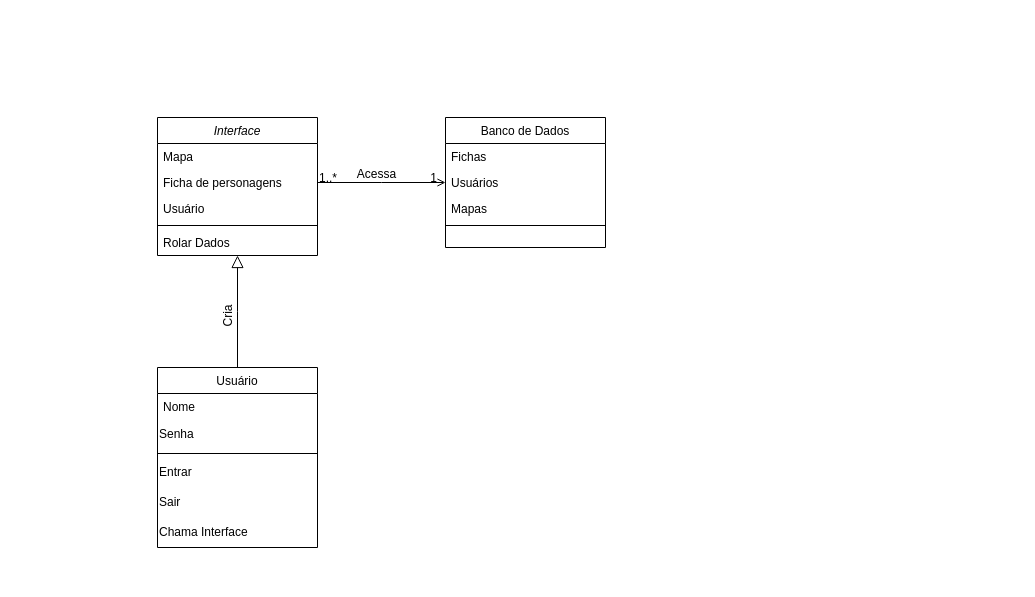
azielmelo/ArsMagicaInterface keeps this draw.io diagram as Diagrama sem nome.drawio. Above is the earlier version. Source tidied: cells renumbered, new cells numbered last; positions are measured from the earlier drawing's top-left corner, leaving out a move shared by most shapes. Both pictures are drawn from the tidied source at 100%, with x=0, y=0 at pixel (157, 117).
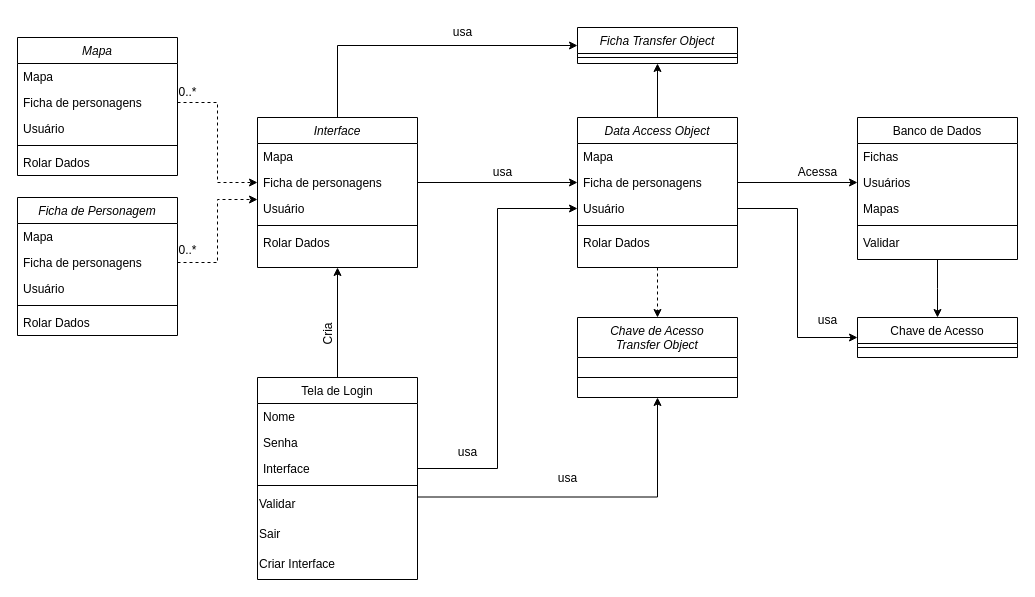
The same diagram, later.

Unchanged cells that the change refers to:
```xml
<mxCell id="4" value="Ficha de personagens" style="text;align=left;verticalAlign=top;spacingLeft=4;spacingRight=4;overflow=hidden;points=[[0,0.5],[1,0.5]];portConstraint=eastwest;rounded=0;shadow=0;html=0;" parent="2" vertex="1">
  <mxGeometry y="52" width="160" height="26" as="geometry" />
</mxCell>
<mxCell id="5" value="Usuário" style="text;align=left;verticalAlign=top;spacingLeft=4;spacingRight=4;overflow=hidden;points=[[0,0.5],[1,0.5]];portConstraint=eastwest;rounded=0;shadow=0;html=0;" parent="2" vertex="1">
  <mxGeometry y="78" width="160" height="26" as="geometry" />
</mxCell>
<mxCell id="18" value="Usuários" style="text;align=left;verticalAlign=top;spacingLeft=4;spacingRight=4;overflow=hidden;points=[[0,0.5],[1,0.5]];portConstraint=eastwest;rounded=0;shadow=0;html=0;" parent="16" vertex="1">
  <mxGeometry y="52" width="160" height="26" as="geometry" />
</mxCell>
```

The edit, as a diff of the source:
```diff
@@
+    <mxCell id="26" style="edgeStyle=orthogonalEdgeStyle;rounded=0;jettySize=auto;html=1;exitX=0.5;exitY=0;exitDx=0;exitDy=0;entryX=0;entryY=0.5;entryDx=0;entryDy=0;" parent="1" edge="1" source="2" target="57">
+      <mxGeometry relative="1" as="geometry" />
+    </mxCell>
     <mxCell id="2" value="Interface" style="swimlane;fontStyle=2;align=center;verticalAlign=top;horizontal=1;startSize=26;rounded=0;shadow=0;strokeWidth=1;" parent="1" vertex="1">
-      <mxGeometry width="160" height="138" as="geometry" />
+      <mxGeometry x="100" width="160" height="150" as="geometry" />
     </mxCell>
@@
+    <mxCell id="27" style="edgeStyle=orthogonalEdgeStyle;rounded=0;jettySize=auto;html=1;exitX=0.5;exitY=0;exitDx=0;exitDy=0;" parent="1" edge="1" source="8">
+      <mxGeometry relative="1" as="geometry">
+        <mxPoint x="180" y="150" as="targetPoint" />
+      </mxGeometry>
+    </mxCell>
-    <mxCell id="8" value="Usuário" style="swimlane;fontStyle=0;align=center;verticalAlign=top;horizontal=1;startSize=26;rounded=0;shadow=0;strokeWidth=1;" parent="1" vertex="1">
-      <mxGeometry y="250" width="160" height="180" as="geometry" />
+    <mxCell id="8" value="Tela de Login" style="swimlane;fontStyle=0;align=center;verticalAlign=top;horizontal=1;startSize=26;rounded=0;shadow=0;strokeWidth=1;" parent="1" vertex="1">
+      <mxGeometry x="100" y="260" width="160" height="202" as="geometry" />
     </mxCell>
@@
-    <mxCell id="10" value="Senha" style="text;strokeColor=none;align=left;fillColor=none;html=1;verticalAlign=middle;whiteSpace=wrap;rounded=0;" parent="8" vertex="1">
-      <mxGeometry y="52" width="160" height="30" as="geometry" />
+    <mxCell id="10" value="Senha" style="text;align=left;verticalAlign=top;spacingLeft=4;spacingRight=4;overflow=hidden;" parent="8" vertex="1">
+      <mxGeometry y="52" width="160" height="26" as="geometry" />
     </mxCell>
+    <mxCell id="28" value="Interface" style="text;align=left;verticalAlign=top;spacingLeft=4;spacingRight=4;overflow=hidden;points=[[0,0.5],[1,0.5]];portConstraint=eastwest;" parent="8" vertex="1">
+      <mxGeometry y="78" width="160" height="26" as="geometry" />
+    </mxCell>
     <mxCell id="11" style="line;html=1;strokeWidth=1;align=left;verticalAlign=middle;spacingTop=-1;spacingLeft=3;spacingRight=3;labelPosition=right;" parent="8" vertex="1">
-      <mxGeometry y="82" width="160" height="8" as="geometry" />
+      <mxGeometry y="104" width="160" height="8" as="geometry" />
     </mxCell>
-    <mxCell id="12" value="Entrar" style="text;strokeColor=none;align=left;fillColor=none;html=1;verticalAlign=middle;whiteSpace=wrap;rounded=0;" parent="8" vertex="1">
-      <mxGeometry y="90" width="160" height="30" as="geometry" />
+    <mxCell id="12" value="Validar" style="text;strokeColor=none;align=left;fillColor=none;html=1;verticalAlign=middle;whiteSpace=wrap;rounded=0;" parent="8" vertex="1">
+      <mxGeometry y="112" width="160" height="30" as="geometry" />
     </mxCell>
     <mxCell id="13" value="Sair" style="text;strokeColor=none;align=left;fillColor=none;html=1;verticalAlign=middle;whiteSpace=wrap;rounded=0;" parent="8" vertex="1">
-      <mxGeometry y="120" width="160" height="30" as="geometry" />
+      <mxGeometry y="142" width="160" height="30" as="geometry" />
     </mxCell>
-    <mxCell id="14" value="Chama Interface" style="text;strokeColor=none;align=left;fillColor=none;html=1;verticalAlign=middle;whiteSpace=wrap;rounded=0;" parent="8" vertex="1">
-      <mxGeometry y="150" width="160" height="30" as="geometry" />
+    <mxCell id="14" value="Criar Interface" style="text;strokeColor=none;align=left;fillColor=none;html=1;verticalAlign=middle;whiteSpace=wrap;rounded=0;" parent="8" vertex="1">
+      <mxGeometry y="172" width="160" height="30" as="geometry" />
     </mxCell>
-    <mxCell id="15" style="endArrow=block;endSize=10;endFill=0;shadow=0;strokeWidth=1;rounded=0;edgeStyle=elbowEdgeStyle;elbow=vertical;" parent="1" edge="1" source="8" target="2">
-      <mxGeometry relative="1" as="geometry" />
-    </mxCell>
+    <mxCell id="29" style="edgeStyle=orthogonalEdgeStyle;rounded=0;jettySize=auto;html=1;exitX=0.5;exitY=1;exitDx=0;exitDy=0;" parent="1" edge="1" source="16">
+      <mxGeometry relative="1" as="geometry">
+        <mxPoint x="780" y="200" as="targetPoint" />
+      </mxGeometry>
+    </mxCell>
     <mxCell id="16" value="Banco de Dados" style="swimlane;fontStyle=0;align=center;verticalAlign=top;horizontal=1;startSize=26;rounded=0;shadow=0;strokeWidth=1;" parent="1" vertex="1">
-      <mxGeometry x="288" width="160" height="130" as="geometry" />
+      <mxGeometry x="700" width="160" height="142" as="geometry" />
     </mxCell>
@@
-    <mxCell id="21" style="endArrow=open;shadow=0;strokeWidth=1;rounded=0;endFill=1;edgeStyle=elbowEdgeStyle;elbow=vertical;" parent="1" edge="1" source="2" target="16">
-      <mxGeometry x="0.5" y="41" relative="1" as="geometry">
-        <mxPoint x="-40" y="32" as="offset" />
-      </mxGeometry>
-    </mxCell>
-    <mxCell id="22" value="1..*" style="align=left;verticalAlign=bottom;labelBackgroundColor=none;fontSize=12;" parent="21" vertex="1">
-      <mxGeometry x="-1" relative="1" as="geometry">
-        <mxPoint y="4" as="offset" />
-      </mxGeometry>
-    </mxCell>
-    <mxCell id="23" value="1" style="align=right;verticalAlign=bottom;labelBackgroundColor=none;fontSize=12;" parent="21" vertex="1">
-      <mxGeometry x="1" relative="1" as="geometry">
-        <mxPoint x="-7" y="4" as="offset" />
-      </mxGeometry>
-    </mxCell>
+    <mxCell id="30" value="Validar" style="text;align=left;verticalAlign=top;spacingLeft=4;spacingRight=4;overflow=hidden;rounded=0;shadow=0;html=0;" parent="16" vertex="1">
+      <mxGeometry y="112" width="160" height="26" as="geometry" />
+    </mxCell>
+    <mxCell id="25" value="Cria" style="text;html=1;align=center;verticalAlign=middle;labelBackgroundColor=none;rounded=0;shadow=0;strokeWidth=1;fontSize=12;rotation=-90;" parent="1" vertex="1">
+      <mxGeometry x="194" y="230" as="geometry">
+        <mxPoint x="12" y="-24" as="offset" />
+      </mxGeometry>
+    </mxCell>
+    <mxCell id="31" value="Mapa" style="swimlane;fontStyle=2;align=center;verticalAlign=top;horizontal=1;startSize=26;rounded=0;shadow=0;strokeWidth=1;" parent="1" vertex="1">
+      <mxGeometry x="-140" y="-80" width="160" height="138" as="geometry" />
+    </mxCell>
+    <mxCell id="32" value="Mapa" style="text;align=left;verticalAlign=top;spacingLeft=4;spacingRight=4;overflow=hidden;" parent="31" vertex="1">
+      <mxGeometry y="26" width="160" height="26" as="geometry" />
+    </mxCell>
+    <mxCell id="33" value="Ficha de personagens" style="text;align=left;verticalAlign=top;spacingLeft=4;spacingRight=4;overflow=hidden;points=[[0,0.5],[1,0.5]];portConstraint=eastwest;rounded=0;shadow=0;html=0;" parent="31" vertex="1">
+      <mxGeometry y="52" width="160" height="26" as="geometry" />
+    </mxCell>
+    <mxCell id="34" value="Usuário" style="text;align=left;verticalAlign=top;spacingLeft=4;spacingRight=4;overflow=hidden;rounded=0;shadow=0;html=0;" parent="31" vertex="1">
+      <mxGeometry y="78" width="160" height="26" as="geometry" />
+    </mxCell>
+    <mxCell id="35" style="line;html=1;strokeWidth=1;align=left;verticalAlign=middle;spacingTop=-1;spacingLeft=3;spacingRight=3;labelPosition=right;" parent="31" vertex="1">
+      <mxGeometry y="104" width="160" height="8" as="geometry" />
+    </mxCell>
+    <mxCell id="36" value="Rolar Dados" style="text;align=left;verticalAlign=top;spacingLeft=4;spacingRight=4;overflow=hidden;" parent="31" vertex="1">
+      <mxGeometry y="112" width="160" height="26" as="geometry" />
+    </mxCell>
+    <mxCell id="37" value="Ficha de Personagem" style="swimlane;fontStyle=2;align=center;verticalAlign=top;horizontal=1;startSize=26;rounded=0;shadow=0;strokeWidth=1;" parent="1" vertex="1">
+      <mxGeometry x="-140" y="80" width="160" height="138" as="geometry" />
+    </mxCell>
+    <mxCell id="38" value="Mapa" style="text;align=left;verticalAlign=top;spacingLeft=4;spacingRight=4;overflow=hidden;" parent="37" vertex="1">
+      <mxGeometry y="26" width="160" height="26" as="geometry" />
+    </mxCell>
+    <mxCell id="39" value="Ficha de personagens" style="text;align=left;verticalAlign=top;spacingLeft=4;spacingRight=4;overflow=hidden;points=[[0,0.5],[1,0.5]];portConstraint=eastwest;rounded=0;shadow=0;html=0;" parent="37" vertex="1">
+      <mxGeometry y="52" width="160" height="26" as="geometry" />
+    </mxCell>
+    <mxCell id="40" value="Usuário" style="text;align=left;verticalAlign=top;spacingLeft=4;spacingRight=4;overflow=hidden;rounded=0;shadow=0;html=0;" parent="37" vertex="1">
+      <mxGeometry y="78" width="160" height="26" as="geometry" />
+    </mxCell>
+    <mxCell id="41" style="line;html=1;strokeWidth=1;align=left;verticalAlign=middle;spacingTop=-1;spacingLeft=3;spacingRight=3;labelPosition=right;" parent="37" vertex="1">
+      <mxGeometry y="104" width="160" height="8" as="geometry" />
+    </mxCell>
+    <mxCell id="42" value="Rolar Dados" style="text;align=left;verticalAlign=top;spacingLeft=4;spacingRight=4;overflow=hidden;" parent="37" vertex="1">
+      <mxGeometry y="112" width="160" height="26" as="geometry" />
+    </mxCell>
+    <mxCell id="43" style="edgeStyle=orthogonalEdgeStyle;rounded=0;jettySize=auto;html=1;exitX=1;exitY=0.5;exitDx=0;exitDy=0;entryX=0;entryY=0.5;entryDx=0;entryDy=0;dashed=1;" parent="1" edge="1" source="33" target="4">
+      <mxGeometry relative="1" as="geometry" />
+    </mxCell>
+    <mxCell id="44" style="edgeStyle=orthogonalEdgeStyle;rounded=0;jettySize=auto;html=1;exitX=1;exitY=0.5;exitDx=0;exitDy=0;entryX=0;entryY=0.154;entryDx=0;entryDy=0;entryPerimeter=0;dashed=1;" parent="1" edge="1" source="39" target="5">
+      <mxGeometry relative="1" as="geometry" />
+    </mxCell>
+    <mxCell id="45" value="0..*" style="text;html=1;align=center;verticalAlign=middle;strokeColor=none;fillColor=none;" parent="1" vertex="1">
+      <mxGeometry x="10" y="118" width="40" height="30" as="geometry" />
+    </mxCell>
+    <mxCell id="46" value="0..*" style="text;html=1;align=center;verticalAlign=middle;strokeColor=none;fillColor=none;" parent="1" vertex="1">
+      <mxGeometry x="10" y="-40" width="40" height="30" as="geometry" />
+    </mxCell>
+    <mxCell id="47" style="edgeStyle=orthogonalEdgeStyle;rounded=0;jettySize=auto;html=1;exitX=0.5;exitY=0;exitDx=0;exitDy=0;entryX=0.5;entryY=1;entryDx=0;entryDy=0;" parent="1" edge="1" source="48" target="57">
+      <mxGeometry relative="1" as="geometry" />
+    </mxCell>
+    <mxCell id="48" value="Data Access Object" style="swimlane;fontStyle=2;align=center;verticalAlign=top;horizontal=1;startSize=26;rounded=0;shadow=0;strokeWidth=1;" parent="1" vertex="1">
+      <mxGeometry x="420" width="160" height="150" as="geometry" />
+    </mxCell>
+    <mxCell id="49" value="Mapa" style="text;align=left;verticalAlign=top;spacingLeft=4;spacingRight=4;overflow=hidden;" parent="48" vertex="1">
+      <mxGeometry y="26" width="160" height="26" as="geometry" />
+    </mxCell>
+    <mxCell id="50" value="Ficha de personagens" style="text;align=left;verticalAlign=top;spacingLeft=4;spacingRight=4;overflow=hidden;points=[[0,0.5],[1,0.5]];portConstraint=eastwest;rounded=0;shadow=0;html=0;" parent="48" vertex="1">
+      <mxGeometry y="52" width="160" height="26" as="geometry" />
+    </mxCell>
+    <mxCell id="51" value="Usuário" style="text;align=left;verticalAlign=top;spacingLeft=4;spacingRight=4;overflow=hidden;points=[[0,0.5],[1,0.5]];portConstraint=eastwest;rounded=0;shadow=0;html=0;" parent="48" vertex="1">
+      <mxGeometry y="78" width="160" height="26" as="geometry" />
+    </mxCell>
+    <mxCell id="52" style="line;html=1;strokeWidth=1;align=left;verticalAlign=middle;spacingTop=-1;spacingLeft=3;spacingRight=3;labelPosition=right;" parent="48" vertex="1">
+      <mxGeometry y="104" width="160" height="8" as="geometry" />
+    </mxCell>
+    <mxCell id="53" value="Rolar Dados" style="text;align=left;verticalAlign=top;spacingLeft=4;spacingRight=4;overflow=hidden;" parent="48" vertex="1">
+      <mxGeometry y="112" width="160" height="26" as="geometry" />
+    </mxCell>
+    <mxCell id="54" style="edgeStyle=orthogonalEdgeStyle;rounded=0;jettySize=auto;html=1;exitX=1;exitY=0.5;exitDx=0;exitDy=0;entryX=0;entryY=0.5;entryDx=0;entryDy=0;" parent="1" edge="1" source="4" target="50">
+      <mxGeometry relative="1" as="geometry" />
+    </mxCell>
+    <mxCell id="55" value="usa&lt;br&gt;" style="text;html=1;align=center;verticalAlign=middle;strokeColor=none;fillColor=none;" parent="1" vertex="1">
+      <mxGeometry x="324.5" y="40" width="40" height="30" as="geometry" />
+    </mxCell>
+    <mxCell id="56" style="edgeStyle=orthogonalEdgeStyle;rounded=0;jettySize=auto;html=1;exitX=1;exitY=0.5;exitDx=0;exitDy=0;entryX=0;entryY=0.5;entryDx=0;entryDy=0;" parent="1" edge="1" source="51" target="18">
+      <mxGeometry relative="1" as="geometry">
+        <Array as="points">
+          <mxPoint x="580" y="65" />
+        </Array>
+      </mxGeometry>
+    </mxCell>
+    <mxCell id="57" value="Ficha Transfer Object" style="swimlane;fontStyle=2;align=center;verticalAlign=top;horizontal=1;startSize=26;rounded=0;shadow=0;strokeWidth=1;" parent="1" vertex="1">
+      <mxGeometry x="420" y="-90" width="160" height="36" as="geometry" />
+    </mxCell>
+    <mxCell id="58" style="line;html=1;strokeWidth=1;align=left;verticalAlign=middle;spacingTop=-1;spacingLeft=3;spacingRight=3;labelPosition=right;" parent="57" vertex="1">
+      <mxGeometry y="26" width="160" height="8" as="geometry" />
+    </mxCell>
-    <mxCell id="24" value="Acessa" style="text;html=1;align=center;verticalAlign=middle;labelBackgroundColor=none;rounded=0;shadow=0;strokeWidth=1;fontSize=12;" parent="21" vertex="1">
-      <mxGeometry x="0.5" y="49" relative="1" as="geometry">
-        <mxPoint x="-38" y="40" as="offset" />
-      </mxGeometry>
+    <mxCell id="24" value="Acessa" style="text;html=1;align=center;verticalAlign=middle;strokeColor=none;fillColor=none;" parent="1" vertex="1">
+      <mxGeometry x="630" y="40" width="60" height="30" as="geometry" />
     </mxCell>
-    <mxCell id="25" value="Cria" style="text;html=1;align=center;verticalAlign=middle;labelBackgroundColor=none;rounded=0;shadow=0;strokeWidth=1;fontSize=12;rotation=-90;" parent="1" vertex="1">
-      <mxGeometry x="70" y="200" as="geometry" />
-    </mxCell>
+    <mxCell id="59" value="usa&lt;br&gt;" style="text;html=1;align=center;verticalAlign=middle;strokeColor=none;fillColor=none;" parent="1" vertex="1">
+      <mxGeometry x="284.5" y="-100" width="40" height="30" as="geometry" />
+    </mxCell>
+    <mxCell id="60" style="edgeStyle=orthogonalEdgeStyle;rounded=0;jettySize=auto;html=1;exitX=1;exitY=0.5;exitDx=0;exitDy=0;entryX=0;entryY=0.5;entryDx=0;entryDy=0;" parent="1" edge="1" source="28" target="51">
+      <mxGeometry relative="1" as="geometry" />
+    </mxCell>
+    <mxCell id="61" value="Chave de Acesso&#10;Transfer Object" style="swimlane;fontStyle=2;align=center;verticalAlign=top;horizontal=1;startSize=40;rounded=0;shadow=0;strokeWidth=1;" parent="1" vertex="1">
+      <mxGeometry x="420" y="200" width="160" height="80" as="geometry" />
+    </mxCell>
+    <mxCell id="62" style="line;html=1;strokeWidth=1;align=left;verticalAlign=middle;spacingTop=-1;spacingLeft=3;spacingRight=3;labelPosition=right;" parent="61" vertex="1">
+      <mxGeometry y="40" width="160" height="40" as="geometry" />
+    </mxCell>
+    <mxCell id="63" style="edgeStyle=orthogonalEdgeStyle;rounded=0;jettySize=auto;html=1;exitX=0.5;exitY=1;exitDx=0;exitDy=0;entryX=0.5;entryY=0;entryDx=0;entryDy=0;dashed=1;" parent="1" edge="1" source="48" target="61">
+      <mxGeometry relative="1" as="geometry" />
+    </mxCell>
+    <mxCell id="64" style="edgeStyle=orthogonalEdgeStyle;rounded=0;jettySize=auto;html=1;exitX=1;exitY=0.25;exitDx=0;exitDy=0;entryX=0.5;entryY=1;entryDx=0;entryDy=0;" parent="1" edge="1" source="12" target="61">
+      <mxGeometry relative="1" as="geometry" />
+    </mxCell>
+    <mxCell id="65" value="usa&lt;br&gt;" style="text;html=1;align=center;verticalAlign=middle;strokeColor=none;fillColor=none;" parent="1" vertex="1">
+      <mxGeometry x="290" y="320" width="40" height="30" as="geometry" />
+    </mxCell>
+    <mxCell id="66" value="usa&lt;br&gt;" style="text;html=1;align=center;verticalAlign=middle;strokeColor=none;fillColor=none;" parent="1" vertex="1">
+      <mxGeometry x="390" y="346" width="40" height="30" as="geometry" />
+    </mxCell>
+    <mxCell id="67" value="Chave de Acesso" style="swimlane;fontStyle=0;align=center;verticalAlign=top;horizontal=1;startSize=26;rounded=0;shadow=0;strokeWidth=1;" parent="1" vertex="1">
+      <mxGeometry x="700" y="200" width="160" height="40" as="geometry" />
+    </mxCell>
+    <mxCell id="68" style="line;html=1;strokeWidth=1;align=left;verticalAlign=middle;spacingTop=-1;spacingLeft=3;spacingRight=3;labelPosition=right;" parent="67" vertex="1">
+      <mxGeometry y="26" width="160" height="8" as="geometry" />
+    </mxCell>
+    <mxCell id="69" style="edgeStyle=orthogonalEdgeStyle;rounded=0;jettySize=auto;html=1;exitX=1;exitY=0.5;exitDx=0;exitDy=0;entryX=0;entryY=0.5;entryDx=0;entryDy=0;" parent="1" edge="1" source="51" target="67">
+      <mxGeometry relative="1" as="geometry" />
+    </mxCell>
+    <mxCell id="70" value="usa" style="text;html=1;align=center;verticalAlign=middle;strokeColor=none;fillColor=none;" parent="1" vertex="1">
+      <mxGeometry x="650" y="188" width="40" height="30" as="geometry" />
+    </mxCell>
```
